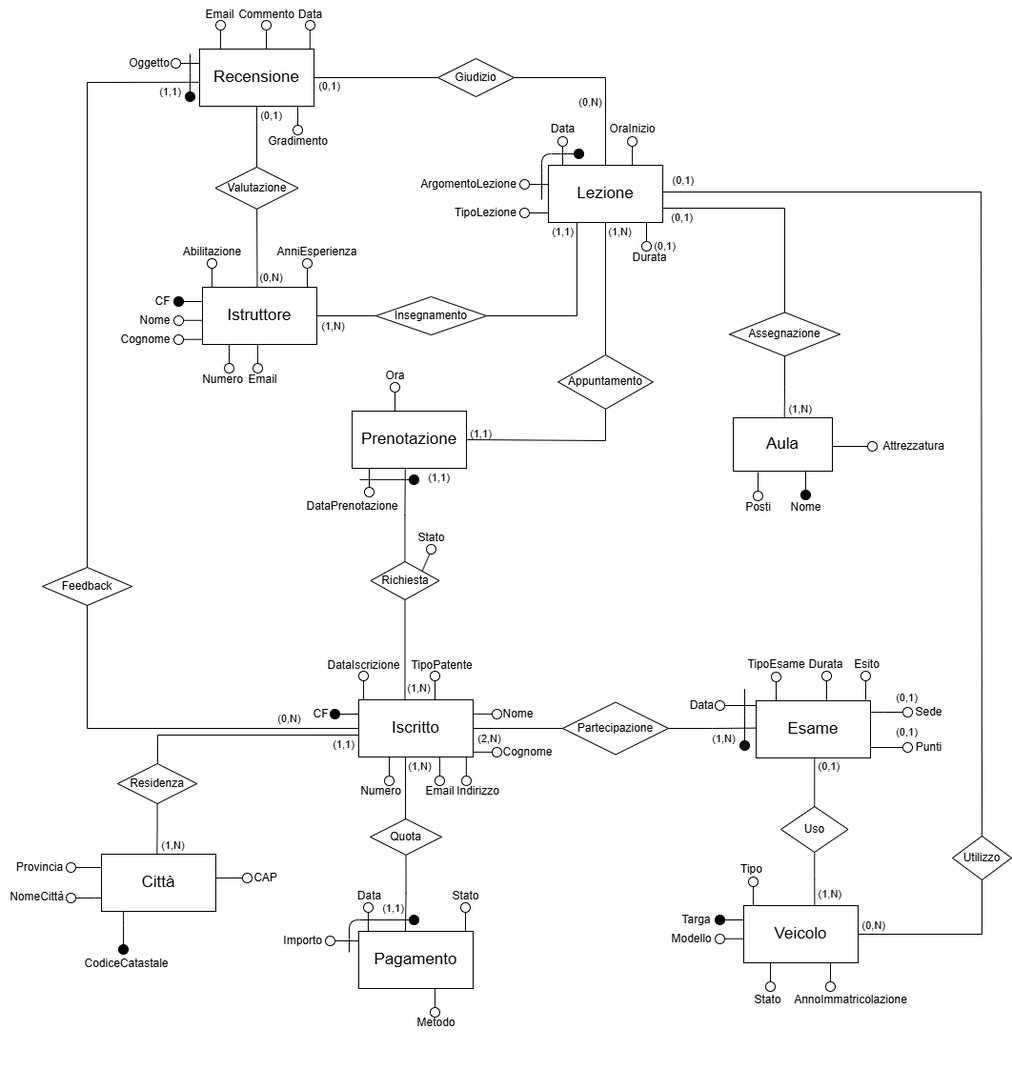
Andrea-Difino/db_scuola_guida keeps this draw.io diagram as img/ER_ScuolaGuidaRistrutturato.drawio.png. Above is the earlier version. Source tidied: cells renumbered, new cells last; positions are measured from the earlier drawing's top-left corner, leaving out a move shared by most shapes.
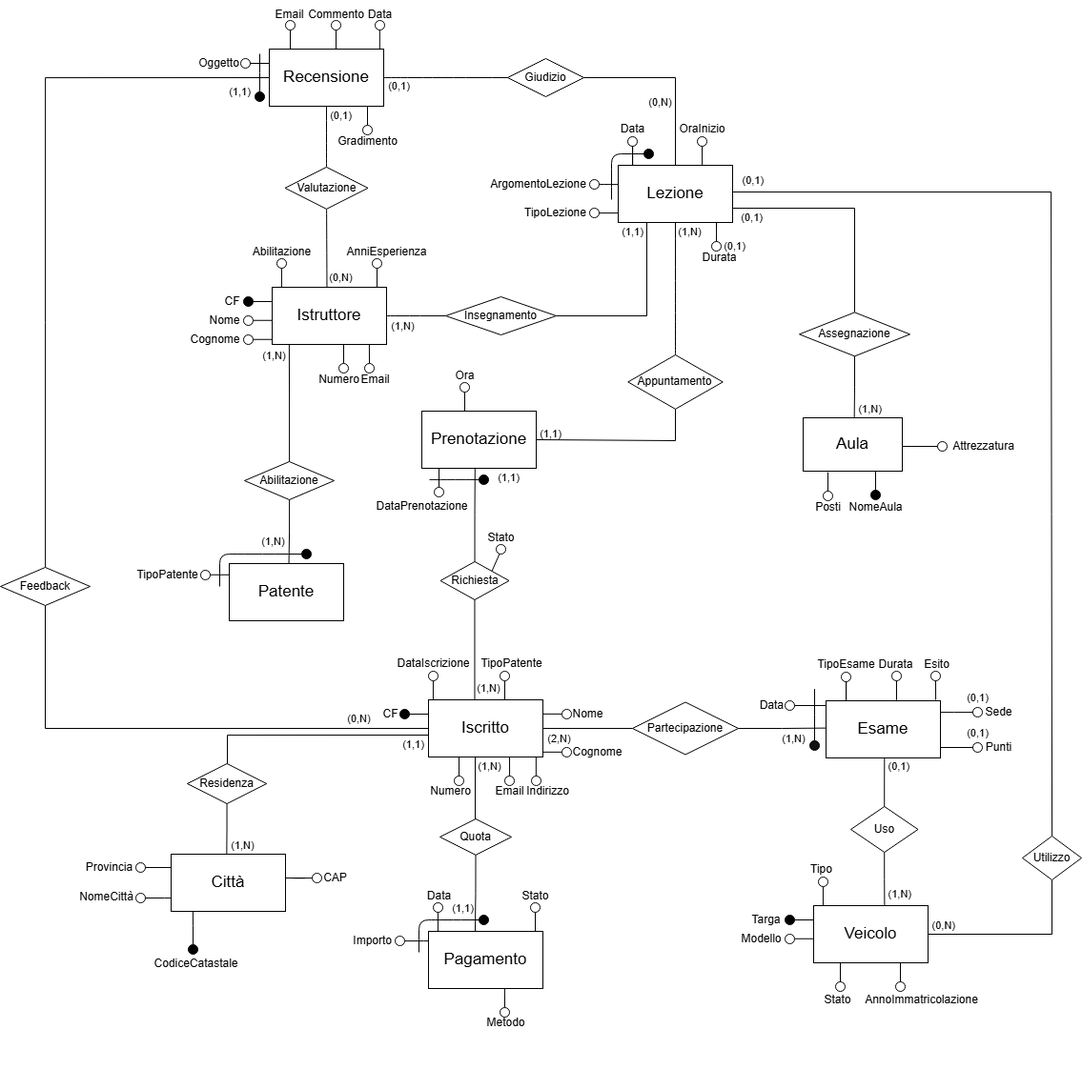
After the commit.

Commit message:
aggiunte parti per patente e abilitazione, compresi nuovi diagrammi ER

What changed in the source:
```diff
@@ -172,10 +172,10 @@
       <mxGeometry x="30" y="90" width="80" height="30" as="geometry" />
     </mxCell>
     <mxCell id="46" value="&lt;font style=&quot;color: light-dark(rgb(0, 0, 0), rgb(0, 0, 0));&quot;&gt;Numero&lt;/font&gt;" style="text;html=1;align=center;verticalAlign=middle;strokeColor=none;fillColor=none;fontFamily=Helvetica;fontSize=12;fontColor=default;" parent="39" vertex="1">
-      <mxGeometry x="116" y="132" width="70" height="30" as="geometry" />
+      <mxGeometry x="165" y="132" width="70" height="30" as="geometry" />
     </mxCell>
     <mxCell id="47" value="&lt;font style=&quot;color: light-dark(rgb(0, 0, 0), rgb(0, 0, 0));&quot;&gt;Email&lt;/font&gt;" style="text;html=1;align=center;verticalAlign=middle;strokeColor=none;fillColor=none;fontFamily=Helvetica;fontSize=12;fontColor=default;" parent="39" vertex="1">
-      <mxGeometry x="168" y="132" width="50" height="30" as="geometry" />
+      <mxGeometry x="213" y="132" width="50" height="30" as="geometry" />
     </mxCell>
     <mxCell id="48" style="endArrow=none;html=1;rounded=0;fontFamily=Helvetica;fontSize=12;fontColor=default;exitX=1;exitY=0.5;exitDx=0;exitDy=0;entryX=0;entryY=0.25;entryDx=0;entryDy=0;strokeColor=light-dark(#000000,#000000);" parent="39" edge="1">
       <mxGeometry relative="1" as="geometry">
@@ -185,8 +185,8 @@
     </mxCell>
     <mxCell id="49" style="endArrow=none;html=1;rounded=0;fontFamily=Helvetica;fontSize=12;fontColor=default;entryX=0.25;entryY=1;entryDx=0;entryDy=0;strokeColor=light-dark(#000000,#000000);" parent="39" edge="1">
       <mxGeometry relative="1" as="geometry">
-        <mxPoint x="158" y="130" as="sourcePoint" />
-        <mxPoint x="158" y="110" as="targetPoint" />
+        <mxPoint x="205" y="130" as="sourcePoint" />
+        <mxPoint x="205" y="110" as="targetPoint" />
       </mxGeometry>
     </mxCell>
     <mxCell id="50" style="endArrow=none;html=1;rounded=0;fontFamily=Helvetica;fontSize=12;fontColor=default;exitX=1;exitY=0.5;exitDx=0;exitDy=0;entryX=0;entryY=0.25;entryDx=0;entryDy=0;strokeColor=light-dark(#000000,#000000);" parent="39" edge="1">
@@ -197,8 +197,8 @@
     </mxCell>
     <mxCell id="51" style="endArrow=none;html=1;rounded=0;fontFamily=Helvetica;fontSize=12;fontColor=default;entryX=0.75;entryY=1;entryDx=0;entryDy=0;strokeColor=light-dark(#000000,#000000);" parent="39" edge="1">
       <mxGeometry relative="1" as="geometry">
-        <mxPoint x="188" y="130" as="sourcePoint" />
-        <mxPoint x="187.9" y="110" as="targetPoint" />
+        <mxPoint x="232" y="130" as="sourcePoint" />
+        <mxPoint x="231.9" y="110" as="targetPoint" />
       </mxGeometry>
     </mxCell>
     <mxCell id="52" style="ellipse;whiteSpace=wrap;html=1;rounded=0;strokeColor=light-dark(#000000,#000000);align=center;verticalAlign=middle;fontFamily=Helvetica;fontSize=12;fontColor=light-dark(#000000,#000000);fillColor=light-dark(#000000,#FFFFFF);" parent="39" vertex="1">
@@ -208,10 +208,10 @@
       <mxGeometry x="100" y="100" width="10" height="10" as="geometry" />
     </mxCell>
     <mxCell id="54" style="ellipse;whiteSpace=wrap;html=1;rounded=0;strokeColor=light-dark(#000000,#000000);align=center;verticalAlign=middle;fontFamily=Helvetica;fontSize=12;fontColor=light-dark(#000000,#000000);fillColor=light-dark(#000000,#FFFFFF);" parent="39" vertex="1">
-      <mxGeometry x="183" y="130" width="10" height="10" as="geometry" />
+      <mxGeometry x="227" y="130" width="10" height="10" as="geometry" />
     </mxCell>
     <mxCell id="55" style="ellipse;whiteSpace=wrap;html=1;rounded=0;strokeColor=light-dark(#000000,#000000);align=center;verticalAlign=middle;fontFamily=Helvetica;fontSize=12;fontColor=light-dark(#000000,#000000);fillColor=light-dark(#000000,#FFFFFF);" parent="39" vertex="1">
-      <mxGeometry x="153" y="130" width="10" height="10" as="geometry" />
+      <mxGeometry x="200" y="130" width="10" height="10" as="geometry" />
     </mxCell>
     <mxCell id="56" value="&lt;font style=&quot;color: light-dark(rgb(0, 0, 0), rgb(0, 0, 0));&quot;&gt;Abilitazione&lt;/font&gt;" style="text;html=1;align=center;verticalAlign=middle;strokeColor=none;fillColor=none;fontFamily=Helvetica;fontSize=12;fontColor=default;" parent="39" vertex="1">
       <mxGeometry x="100" y="-2" width="80" height="30" as="geometry" />
@@ -242,9 +242,6 @@
         <mxPoint x="-192" y="-457" as="offset" />
       </mxGeometry>
     </mxCell>
-    <mxCell id="63" value="&lt;font style=&quot;color: light-dark(rgb(0, 0, 0), rgb(0, 0, 0));&quot;&gt;Feedback&lt;/font&gt;" style="rhombus;whiteSpace=wrap;html=1;fillColor=light-dark(#FFFFFF,#FFFFFF);strokeColor=light-dark(#000000,#000000);" parent="39" vertex="1">
-      <mxGeometry x="-38" y="344" width="94" height="40" as="geometry" />
-    </mxCell>
     <mxCell id="64" value="&lt;font style=&quot;color: light-dark(rgb(0, 0, 0), rgb(0, 0, 0));&quot;&gt;Ora&lt;/font&gt;" style="text;html=1;align=center;verticalAlign=middle;strokeColor=none;fillColor=none;fontFamily=Helvetica;fontSize=12;fontColor=default;" parent="39" vertex="1">
       <mxGeometry x="313" y="130" width="38" height="26" as="geometry" />
     </mxCell>
@@ -260,8 +257,11 @@
     <mxCell id="67" value="Residenza" style="shape=rhombus;perimeter=rhombusPerimeter;whiteSpace=wrap;html=1;align=center;verticalAlign=middle;fontFamily=Helvetica;fontSize=12;fontColor=light-dark(#000000,#000000);labelBackgroundColor=none;fillColor=none;gradientColor=none;strokeColor=light-dark(#000000,#000000);" parent="39" vertex="1">
       <mxGeometry x="41" y="550" width="83.2" height="42" as="geometry" />
     </mxCell>
+    <mxCell id="249" value="&lt;span&gt;&lt;font style=&quot;&quot;&gt;(1,N)&lt;/font&gt;&lt;/span&gt;" style="edgeLabel;html=1;align=center;verticalAlign=middle;fontColor=light-dark(#000000,#000000);labelBackgroundColor=none;" parent="39" vertex="1">
+      <mxGeometry x="131" y="121" as="geometry" />
+    </mxCell>
     <mxCell id="68" style="group;" parent="1" vertex="1">
-      <mxGeometry x="229" y="430" width="351" height="370" as="geometry" />
+      <mxGeometry x="229" y="430" width="351" height="579" as="geometry" />
     </mxCell>
     <mxCell id="69" value="&lt;font style=&quot;color: light-dark(rgb(0, 0, 0), rgb(0, 0, 0));&quot;&gt;Prenotazione&lt;/font&gt;" style="rounded=0;whiteSpace=wrap;html=1;fillColor=light-dark(#000000,#FFFFFF);strokeColor=light-dark(#000000,#000000);fontSize=17;" parent="68" vertex="1">
       <mxGeometry x="140" y="1" width="120" height="60" as="geometry" />
@@ -303,6 +303,49 @@
     <mxCell id="77" style="ellipse;whiteSpace=wrap;html=1;rounded=0;strokeColor=light-dark(#000000,#000000);align=center;verticalAlign=middle;fontFamily=Helvetica;fontSize=12;fontColor=light-dark(#000000,#000000);fillColor=light-dark(#000000,#FFFFFF);" parent="68" vertex="1">
       <mxGeometry x="218" y="141" width="10" height="10" as="geometry" />
     </mxCell>
+    <mxCell id="250" style="group;" parent="68" vertex="1">
+      <mxGeometry x="-166" y="-13" width="458" height="592" as="geometry" />
+    </mxCell>
+    <mxCell id="251" value="&lt;font&gt;TipoPatente&lt;/font&gt;" style="text;html=1;align=center;verticalAlign=middle;strokeColor=none;fillColor=none;fontFamily=Helvetica;fontSize=12;fontColor=light-dark(#000000,#000000);" parent="250" vertex="1">
+      <mxGeometry x="-2" y="173" width="82" height="26" as="geometry" />
+    </mxCell>
+    <mxCell id="252" style="endArrow=none;html=1;rounded=0;fontFamily=Helvetica;fontSize=12;fontColor=default;exitX=1;exitY=0.5;exitDx=0;exitDy=0;entryX=0;entryY=0.25;entryDx=0;entryDy=0;strokeColor=light-dark(#000000,#000000);" parent="250" edge="1">
+      <mxGeometry relative="1" as="geometry">
+        <mxPoint x="84" y="185.8" as="sourcePoint" />
+        <mxPoint x="104" y="185.8" as="targetPoint" />
+      </mxGeometry>
+    </mxCell>
+    <mxCell id="253" style="ellipse;whiteSpace=wrap;html=1;rounded=0;strokeColor=light-dark(#000000,#000000);align=center;verticalAlign=middle;fontFamily=Helvetica;fontSize=12;fontColor=light-dark(#000000,#000000);fillColor=light-dark(#000000,#FFFFFF);" parent="250" vertex="1">
+      <mxGeometry x="74" y="181" width="10" height="10" as="geometry" />
+    </mxCell>
+    <mxCell id="254" style="curved=1;endArrow=none;html=1;rounded=0;strokeColor=light-dark(#000000,#000000);align=center;verticalAlign=middle;fontFamily=Helvetica;fontSize=12;fontColor=default;labelBackgroundColor=default;startFill=0;" parent="250" edge="1">
+      <mxGeometry relative="1" as="geometry">
+        <mxPoint x="94" y="198" as="sourcePoint" />
+        <mxPoint x="182" y="164" as="targetPoint" />
+        <Array as="points">
+          <mxPoint x="94" y="184" />
+          <mxPoint x="94" y="164" />
+          <mxPoint x="114" y="164" />
+        </Array>
+      </mxGeometry>
+    </mxCell>
+    <mxCell id="255" style="ellipse;whiteSpace=wrap;html=1;rounded=0;strokeColor=light-dark(#000000,#000000);align=center;verticalAlign=middle;fontFamily=Helvetica;fontSize=12;fontColor=light-dark(#000000,#000000);fillColor=light-dark(#000000,#000000);" parent="250" vertex="1">
+      <mxGeometry x="180" y="159" width="10" height="10" as="geometry" />
+    </mxCell>
+    <mxCell id="256" value="&lt;font style=&quot;color: light-dark(rgb(0, 0, 0), rgb(0, 0, 0));&quot;&gt;Abilitazione&lt;/font&gt;" style="rhombus;whiteSpace=wrap;html=1;fillColor=light-dark(#FFFFFF,#FFFFFF);strokeColor=light-dark(#000000,#000000);" parent="68" vertex="1">
+      <mxGeometry x="-46" y="54" width="94" height="40" as="geometry" />
+    </mxCell>
+    <mxCell id="257" style="edgeStyle=orthogonalEdgeStyle;shape=connector;rounded=0;jettySize=auto;html=1;strokeColor=light-dark(#000000,#000000);align=center;verticalAlign=middle;fontFamily=Helvetica;fontSize=11;fontColor=light-dark(#000000,#000000);labelBackgroundColor=default;startFill=0;endArrow=none;entryX=0.521;entryY=0.011;entryDx=0;entryDy=0;entryPerimeter=0;" parent="68" edge="1" source="256" target="259">
+      <mxGeometry relative="1" as="geometry" />
+    </mxCell>
+    <mxCell id="258" value="&lt;span&gt;&lt;font style=&quot;&quot;&gt;(1,N)&lt;/font&gt;&lt;/span&gt;" style="edgeLabel;html=1;align=center;verticalAlign=middle;fontColor=light-dark(#000000,#000000);labelBackgroundColor=none;" parent="257" vertex="1">
+      <mxGeometry x="0.3" relative="1" as="geometry">
+        <mxPoint x="-17" y="-1" as="offset" />
+      </mxGeometry>
+    </mxCell>
+    <mxCell id="259" value="&lt;font style=&quot;color: light-dark(rgb(0, 0, 0), rgb(0, 0, 0));&quot;&gt;Patente&lt;/font&gt;" style="rounded=0;whiteSpace=wrap;html=1;fillColor=light-dark(#000000,#FFFFFF);strokeColor=light-dark(#000000,#000000);fontSize=17;" parent="68" vertex="1">
+      <mxGeometry x="-62" y="161" width="120" height="60" as="geometry" />
+    </mxCell>
     <mxCell id="78" style="group;" parent="1" vertex="1">
       <mxGeometry x="690" y="897" width="253" height="178" as="geometry" />
     </mxCell>
@@ -528,10 +571,10 @@
       <mxGeometry x="188" y="176" width="70" height="30" as="geometry" />
     </mxCell>
     <mxCell id="141" value="&lt;font style=&quot;color: light-dark(rgb(0, 0, 0), rgb(0, 0, 0));&quot;&gt;DataIscrizione&lt;/font&gt;" style="text;html=1;align=center;verticalAlign=middle;strokeColor=none;fillColor=none;fontFamily=Helvetica;fontSize=12;fontColor=default;" parent="132" vertex="1">
-      <mxGeometry x="53" y="44" width="100" height="30" as="geometry" />
+      <mxGeometry x="53" y="42" width="100" height="30" as="geometry" />
     </mxCell>
     <mxCell id="142" value="&lt;font style=&quot;color: light-dark(rgb(0, 0, 0), rgb(0, 0, 0));&quot;&gt;TipoPatente&lt;/font&gt;" style="text;html=1;align=center;verticalAlign=middle;strokeColor=none;fillColor=none;fontFamily=Helvetica;fontSize=12;fontColor=default;" parent="132" vertex="1">
-      <mxGeometry x="140" y="44" width="90" height="30" as="geometry" />
+      <mxGeometry x="140" y="42" width="90" height="30" as="geometry" />
     </mxCell>
     <mxCell id="143" style="endArrow=none;html=1;rounded=0;fontFamily=Helvetica;fontSize=12;fontColor=default;entryX=0.75;entryY=1;entryDx=0;entryDy=0;strokeColor=light-dark(#000000,#000000);" parent="132" edge="1">
       <mxGeometry relative="1" as="geometry">
@@ -700,17 +743,10 @@
     <mxCell id="180" style="edgeStyle=none;shape=connector;curved=0;rounded=0;jettySize=auto;html=1;entryX=0;entryY=0.5;entryDx=0;entryDy=0;strokeColor=light-dark(#000000,#000000);align=center;verticalAlign=middle;fontFamily=Helvetica;fontSize=12;fontColor=default;labelBackgroundColor=default;startFill=0;startSize=8;endArrow=none;endSize=8;" parent="1" edge="1" source="63" target="133">
       <mxGeometry relative="1" as="geometry">
         <Array as="points">
-          <mxPoint x="91" y="764" />
+          <mxPoint x="-26" y="764" />
         </Array>
       </mxGeometry>
     </mxCell>
-    <mxCell id="181" style="edgeStyle=none;shape=connector;curved=0;rounded=0;jettySize=auto;html=1;strokeColor=light-dark(#000000,#000000);align=center;verticalAlign=middle;fontFamily=Helvetica;fontSize=12;fontColor=default;labelBackgroundColor=default;startFill=0;startSize=8;endArrow=none;endSize=8;entryX=0.004;entryY=0.58;entryDx=0;entryDy=0;entryPerimeter=0;" parent="1" edge="1" source="63" target="22">
-      <mxGeometry relative="1" as="geometry">
-        <Array as="points">
-          <mxPoint x="91" y="86" />
-        </Array>
-      </mxGeometry>
-    </mxCell>
     <mxCell id="182" value="(1,1)" style="edgeLabel;html=1;align=center;verticalAlign=middle;fontFamily=Helvetica;fontSize=11;fontColor=light-dark(#000000,#000000);labelBackgroundColor=none;fillColor=none;gradientColor=none;" parent="1" vertex="1">
       <mxGeometry x="546" y="802" as="geometry">
         <mxPoint x="-43" y="-348" as="offset" />
@@ -854,8 +890,8 @@
     <mxCell id="220" value="Aula" style="whiteSpace=wrap;html=1;fontFamily=Helvetica;fontSize=17;fontColor=light-dark(#000000,#000000);labelBackgroundColor=none;fillColor=light-dark(#000000,#FFFFFF);strokeColor=light-dark(#000000,#000000);" parent="1" vertex="1">
       <mxGeometry x="769" y="438" width="104" height="56" as="geometry" />
     </mxCell>
-    <mxCell id="221" value="Nome" style="text;html=1;align=center;verticalAlign=middle;strokeColor=none;fillColor=none;fontColor=light-dark(#000000,#000000);" parent="1" vertex="1">
-      <mxGeometry x="820" y="519" width="50" height="26" as="geometry" />
+    <mxCell id="221" value="NomeAula" style="text;html=1;align=center;verticalAlign=middle;strokeColor=none;fillColor=none;fontColor=light-dark(#000000,#000000);" parent="1" vertex="1">
+      <mxGeometry x="808" y="519" width="74" height="26" as="geometry" />
     </mxCell>
     <mxCell id="222" value="Posti" style="text;html=1;align=center;verticalAlign=middle;strokeColor=none;fillColor=none;fontColor=light-dark(#000000,#000000);" parent="1" vertex="1">
       <mxGeometry x="772" y="519" width="45" height="26" as="geometry" />
@@ -949,5 +985,18 @@
     <mxCell id="248" value="(1,N)" style="edgeLabel;html=1;align=center;verticalAlign=middle;fontFamily=Helvetica;fontSize=11;fontColor=light-dark(#000000,#000000);labelBackgroundColor=none;fillColor=none;gradientColor=none;" parent="1" vertex="1">
       <mxGeometry x="180" y="886" as="geometry" />
     </mxCell>
+    <mxCell id="181" style="edgeStyle=orthogonalEdgeStyle;rounded=0;jettySize=auto;html=1;entryX=0;entryY=0.5;entryDx=0;entryDy=0;strokeColor=light-dark(#000000,#000000);startArrow=none;startFill=0;endArrow=none;" parent="1" edge="1" source="63" target="22">
+      <mxGeometry relative="1" as="geometry">
+        <Array as="points">
+          <mxPoint x="-26" y="81" />
+        </Array>
+      </mxGeometry>
+    </mxCell>
+    <mxCell id="63" value="&lt;font style=&quot;color: light-dark(rgb(0, 0, 0), rgb(0, 0, 0));&quot;&gt;Feedback&lt;/font&gt;" style="rhombus;whiteSpace=wrap;html=1;fillColor=light-dark(#FFFFFF,#FFFFFF);strokeColor=light-dark(#000000,#000000);" parent="1" vertex="1">
+      <mxGeometry x="-73" y="595" width="94" height="40" as="geometry" />
+    </mxCell>
+    <mxCell id="260" style="edgeStyle=orthogonalEdgeStyle;rounded=0;jettySize=auto;html=1;entryX=0.149;entryY=0.999;entryDx=0;entryDy=0;entryPerimeter=0;fontColor=light-dark(#000000,#000000);strokeColor=light-dark(#000000,#000000);endArrow=none;startFill=0;" parent="1" edge="1" source="256" target="40">
+      <mxGeometry relative="1" as="geometry" />
+    </mxCell>
   </root>
 </mxGraphModel>
```
